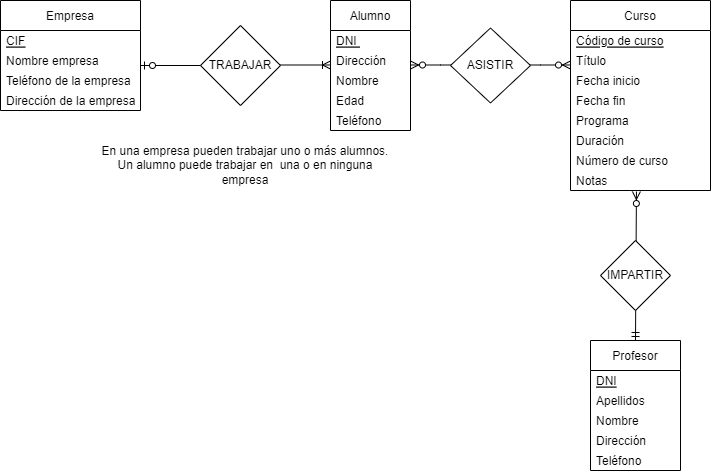
C4rim-cibersegurata/UD12-Diagramas_ER keeps this draw.io diagram as images/EX2.png. Above is the earlier version. Source tidied: cells renumbered, new cells last; positions are measured from the earlier drawing's top-left corner, leaving out a move shared by most shapes. The source it was exported from:
```xml
<mxGraphModel>
  <root>
    <mxCell id="0" />
    <mxCell id="1" parent="0" />
    <mxCell id="2" value="Alumno" style="swimlane;fontStyle=0;horizontal=1;startSize=30;" parent="1" vertex="1">
      <mxGeometry x="330" width="80" height="130" as="geometry" />
    </mxCell>
    <mxCell id="3" value="DNI " style="text;strokeColor=none;fillColor=none;align=left;verticalAlign=middle;spacingLeft=4;spacingRight=4;overflow=hidden;fontStyle=4;" parent="2" vertex="1">
      <mxGeometry y="30" width="80" height="20" as="geometry" />
    </mxCell>
    <mxCell id="4" value="Dirección" style="text;strokeColor=none;fillColor=none;align=left;verticalAlign=middle;spacingLeft=4;spacingRight=4;overflow=hidden;" parent="2" vertex="1">
      <mxGeometry y="50" width="80" height="20" as="geometry" />
    </mxCell>
    <mxCell id="5" value="Nombre" style="text;strokeColor=none;fillColor=none;align=left;verticalAlign=middle;spacingLeft=4;spacingRight=4;overflow=hidden;" parent="2" vertex="1">
      <mxGeometry y="70" width="80" height="20" as="geometry" />
    </mxCell>
    <mxCell id="6" value="Edad" style="text;strokeColor=none;fillColor=none;align=left;verticalAlign=middle;spacingLeft=4;spacingRight=4;overflow=hidden;" parent="2" vertex="1">
      <mxGeometry y="90" width="80" height="20" as="geometry" />
    </mxCell>
    <mxCell id="7" value="Teléfono" style="text;strokeColor=none;fillColor=none;align=left;verticalAlign=middle;spacingLeft=4;spacingRight=4;overflow=hidden;" parent="2" vertex="1">
      <mxGeometry y="110" width="80" height="20" as="geometry" />
    </mxCell>
    <mxCell id="8" value="Empresa" style="swimlane;fontStyle=0;horizontal=1;startSize=30;" parent="1" vertex="1">
      <mxGeometry width="140" height="110" as="geometry" />
    </mxCell>
    <mxCell id="9" value="CIF" style="text;strokeColor=none;fillColor=none;align=left;verticalAlign=middle;spacingLeft=4;spacingRight=4;overflow=hidden;fontStyle=4;" parent="8" vertex="1">
      <mxGeometry y="30" width="140" height="20" as="geometry" />
    </mxCell>
    <mxCell id="10" value="Nombre empresa" style="text;strokeColor=none;fillColor=none;align=left;verticalAlign=middle;spacingLeft=4;spacingRight=4;overflow=hidden;" parent="8" vertex="1">
      <mxGeometry y="50" width="140" height="20" as="geometry" />
    </mxCell>
    <mxCell id="11" value="Teléfono de la empresa" style="text;strokeColor=none;fillColor=none;align=left;verticalAlign=middle;spacingLeft=4;spacingRight=4;overflow=hidden;" parent="8" vertex="1">
      <mxGeometry y="70" width="140" height="20" as="geometry" />
    </mxCell>
    <mxCell id="12" value="Dirección de la empresa" style="text;strokeColor=none;fillColor=none;align=left;verticalAlign=middle;spacingLeft=4;spacingRight=4;overflow=hidden;" parent="8" vertex="1">
      <mxGeometry y="90" width="140" height="20" as="geometry" />
    </mxCell>
    <mxCell id="13" value="Curso" style="swimlane;fontStyle=0;horizontal=1;startSize=30;" parent="1" vertex="1">
      <mxGeometry x="570" width="140" height="190" as="geometry" />
    </mxCell>
    <mxCell id="14" value="Código de curso" style="text;strokeColor=none;fillColor=none;align=left;verticalAlign=middle;spacingLeft=4;spacingRight=4;overflow=hidden;fontStyle=4;" parent="13" vertex="1">
      <mxGeometry y="30" width="140" height="20" as="geometry" />
    </mxCell>
    <mxCell id="15" value="Título" style="text;strokeColor=none;fillColor=none;align=left;verticalAlign=middle;spacingLeft=4;spacingRight=4;overflow=hidden;" parent="13" vertex="1">
      <mxGeometry y="50" width="140" height="20" as="geometry" />
    </mxCell>
    <mxCell id="16" value="Fecha inicio" style="text;strokeColor=none;fillColor=none;align=left;verticalAlign=middle;spacingLeft=4;spacingRight=4;overflow=hidden;" parent="13" vertex="1">
      <mxGeometry y="70" width="140" height="20" as="geometry" />
    </mxCell>
    <mxCell id="17" value="Fecha fin" style="text;strokeColor=none;fillColor=none;align=left;verticalAlign=middle;spacingLeft=4;spacingRight=4;overflow=hidden;" parent="13" vertex="1">
      <mxGeometry y="90" width="140" height="20" as="geometry" />
    </mxCell>
    <mxCell id="18" value="Programa" style="text;strokeColor=none;fillColor=none;align=left;verticalAlign=middle;spacingLeft=4;spacingRight=4;overflow=hidden;" parent="13" vertex="1">
      <mxGeometry y="110" width="140" height="20" as="geometry" />
    </mxCell>
    <mxCell id="19" value="Duración" style="text;strokeColor=none;fillColor=none;align=left;verticalAlign=middle;spacingLeft=4;spacingRight=4;overflow=hidden;" parent="13" vertex="1">
      <mxGeometry y="130" width="140" height="20" as="geometry" />
    </mxCell>
    <mxCell id="20" value="Número de curso" style="text;strokeColor=none;fillColor=none;align=left;verticalAlign=middle;spacingLeft=4;spacingRight=4;overflow=hidden;" parent="13" vertex="1">
      <mxGeometry y="150" width="140" height="20" as="geometry" />
    </mxCell>
    <mxCell id="21" value="Notas" style="text;strokeColor=none;fillColor=none;align=left;verticalAlign=middle;spacingLeft=4;spacingRight=4;overflow=hidden;points=[[0,0.5],[1,0.5]];portConstraint=eastwest;" parent="13" vertex="1">
      <mxGeometry y="170" width="140" height="20" as="geometry" />
    </mxCell>
    <mxCell id="22" value="Profesor" style="swimlane;fontStyle=0;horizontal=1;startSize=30;" parent="1" vertex="1">
      <mxGeometry x="590" y="340" width="90" height="130" as="geometry" />
    </mxCell>
    <mxCell id="23" value="DNI" style="text;strokeColor=none;fillColor=none;align=left;verticalAlign=middle;spacingLeft=4;spacingRight=4;overflow=hidden;fontStyle=4;" parent="22" vertex="1">
      <mxGeometry y="30" width="90" height="20" as="geometry" />
    </mxCell>
    <mxCell id="24" value="Apellidos" style="text;strokeColor=none;fillColor=none;align=left;verticalAlign=middle;spacingLeft=4;spacingRight=4;overflow=hidden;" parent="22" vertex="1">
      <mxGeometry y="50" width="90" height="20" as="geometry" />
    </mxCell>
    <mxCell id="25" value="Nombre" style="text;strokeColor=none;fillColor=none;align=left;verticalAlign=middle;spacingLeft=4;spacingRight=4;overflow=hidden;" parent="22" vertex="1">
      <mxGeometry y="70" width="90" height="20" as="geometry" />
    </mxCell>
    <mxCell id="26" value="Dirección" style="text;strokeColor=none;fillColor=none;align=left;verticalAlign=middle;spacingLeft=4;spacingRight=4;overflow=hidden;" parent="22" vertex="1">
      <mxGeometry y="90" width="90" height="20" as="geometry" />
    </mxCell>
    <mxCell id="27" value="Teléfono" style="text;strokeColor=none;fillColor=none;align=left;verticalAlign=middle;spacingLeft=4;spacingRight=4;overflow=hidden;" parent="22" vertex="1">
      <mxGeometry y="110" width="90" height="20" as="geometry" />
    </mxCell>
    <mxCell id="28" style="edgeStyle=entityRelationEdgeStyle;fontSize=12;html=1;endArrow=ERzeroToMany;endFill=1;startArrow=ERzeroToMany;rounded=0;" parent="1" edge="1">
      <mxGeometry relative="1" as="geometry">
        <mxPoint x="410" y="64.5" as="sourcePoint" />
        <mxPoint x="570" y="64.5" as="targetPoint" />
      </mxGeometry>
    </mxCell>
    <mxCell id="29" value="ASISTIR" style="rhombus;whiteSpace=wrap;html=1;" parent="1" vertex="1">
      <mxGeometry x="450" y="27.5" width="80" height="75" as="geometry" />
    </mxCell>
    <mxCell id="30" style="fontSize=12;html=1;endArrow=ERzeroToOne;startArrow=none;rounded=0;" parent="1" edge="1">
      <mxGeometry relative="1" as="geometry">
        <mxPoint x="200" y="65" as="sourcePoint" />
        <mxPoint x="140" y="65" as="targetPoint" />
      </mxGeometry>
    </mxCell>
    <mxCell id="31" style="fontSize=12;html=1;endArrow=ERzeroToMany;startArrow=ERmandOne;rounded=0;exitX=0.5;exitY=0;exitDx=0;exitDy=0;entryX=0.471;entryY=1.05;entryDx=0;entryDy=0;entryPerimeter=0;" parent="1" edge="1" source="22" target="21">
      <mxGeometry relative="1" as="geometry" />
    </mxCell>
    <mxCell id="32" value="IMPARTIR" style="rhombus;whiteSpace=wrap;html=1;" parent="1" vertex="1">
      <mxGeometry x="600" y="240" width="70" height="70" as="geometry" />
    </mxCell>
    <mxCell id="33" style="fontSize=12;html=1;endArrow=none;startArrow=none;rounded=0;" parent="1" edge="1">
      <mxGeometry relative="1" as="geometry">
        <mxPoint x="260" y="65" as="sourcePoint" />
        <mxPoint x="200" y="65" as="targetPoint" />
        <Array as="points">
          <mxPoint x="190" y="65" />
        </Array>
      </mxGeometry>
    </mxCell>
    <mxCell id="34" style="fontSize=12;html=1;endArrow=ERoneToMany;rounded=0;" parent="1" edge="1">
      <mxGeometry relative="1" as="geometry">
        <mxPoint x="230" y="64.5" as="sourcePoint" />
        <mxPoint x="330" y="64.5" as="targetPoint" />
      </mxGeometry>
    </mxCell>
    <mxCell id="35" value="TRABAJAR" style="rhombus;whiteSpace=wrap;html=1;" parent="1" vertex="1">
      <mxGeometry x="200" y="25" width="80" height="80" as="geometry" />
    </mxCell>
    <mxCell id="36" value="En una empresa pueden trabajar uno o más alumnos. Un alumno puede trabajar en&amp;nbsp; una o en ninguna empresa" style="text;html=1;strokeColor=none;fillColor=none;align=center;verticalAlign=middle;whiteSpace=wrap;rounded=0;" parent="1" vertex="1">
      <mxGeometry x="100" y="150" width="290" height="30" as="geometry" />
    </mxCell>
  </root>
</mxGraphModel>
```
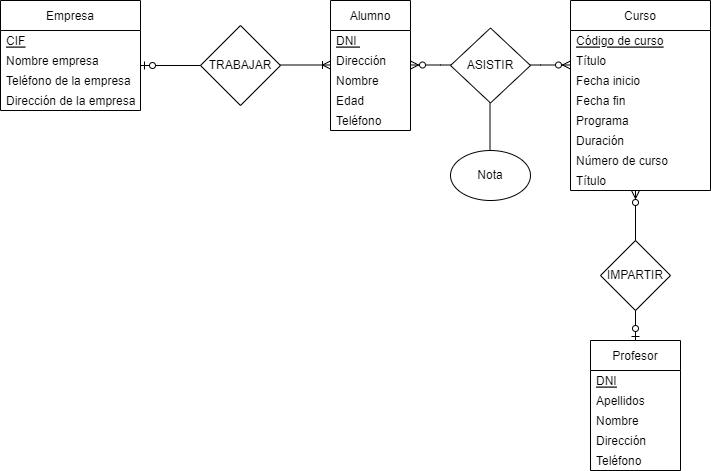
The same diagram one commit later.

Commit message:
ejercicio 2 modificado

What changed in the source:
```diff
@@ -59,9 +59,20 @@
     <mxCell id="20" value="Número de curso" style="text;strokeColor=none;fillColor=none;align=left;verticalAlign=middle;spacingLeft=4;spacingRight=4;overflow=hidden;" parent="13" vertex="1">
       <mxGeometry y="150" width="140" height="20" as="geometry" />
     </mxCell>
-    <mxCell id="21" value="Notas" style="text;strokeColor=none;fillColor=none;align=left;verticalAlign=middle;spacingLeft=4;spacingRight=4;overflow=hidden;points=[[0,0.5],[1,0.5]];portConstraint=eastwest;" parent="13" vertex="1">
-      <mxGeometry y="170" width="140" height="20" as="geometry" />
-    </mxCell>
+    <mxCell id="37" value="Título" style="text;strokeColor=none;fillColor=none;align=left;verticalAlign=middle;spacingLeft=4;spacingRight=4;overflow=hidden;" parent="13" vertex="1">
+      <mxGeometry y="170" width="140" height="20" as="geometry" />
+    </mxCell>
+    <mxCell id="31" style="fontSize=12;html=1;endArrow=ERzeroToMany;startArrow=none;rounded=0;" parent="13" edge="1">
+      <mxGeometry relative="1" as="geometry">
+        <mxPoint x="63" y="220" as="sourcePoint" />
+        <mxPoint x="63" y="220" as="targetPoint" />
+      </mxGeometry>
+    </mxCell>
+    <mxCell id="38" style="rounded=0;jettySize=auto;html=1;endArrow=ERzeroToMany;endFill=0;exitX=0.5;exitY=0;exitDx=0;exitDy=0;startArrow=ERzeroToOne;startFill=0;" parent="1" edge="1" source="22">
+      <mxGeometry relative="1" as="geometry">
+        <mxPoint x="635" y="190" as="targetPoint" />
+      </mxGeometry>
+    </mxCell>
     <mxCell id="22" value="Profesor" style="swimlane;fontStyle=0;horizontal=1;startSize=30;" parent="1" vertex="1">
       <mxGeometry x="590" y="340" width="90" height="130" as="geometry" />
     </mxCell>
@@ -86,21 +97,12 @@
         <mxPoint x="570" y="64.5" as="targetPoint" />
       </mxGeometry>
     </mxCell>
-    <mxCell id="29" value="ASISTIR" style="rhombus;whiteSpace=wrap;html=1;" parent="1" vertex="1">
-      <mxGeometry x="450" y="27.5" width="80" height="75" as="geometry" />
-    </mxCell>
     <mxCell id="30" style="fontSize=12;html=1;endArrow=ERzeroToOne;startArrow=none;rounded=0;" parent="1" edge="1">
       <mxGeometry relative="1" as="geometry">
         <mxPoint x="200" y="65" as="sourcePoint" />
         <mxPoint x="140" y="65" as="targetPoint" />
       </mxGeometry>
     </mxCell>
-    <mxCell id="31" style="fontSize=12;html=1;endArrow=ERzeroToMany;startArrow=ERmandOne;rounded=0;exitX=0.5;exitY=0;exitDx=0;exitDy=0;entryX=0.471;entryY=1.05;entryDx=0;entryDy=0;entryPerimeter=0;" parent="1" edge="1" source="22" target="21">
-      <mxGeometry relative="1" as="geometry" />
-    </mxCell>
-    <mxCell id="32" value="IMPARTIR" style="rhombus;whiteSpace=wrap;html=1;" parent="1" vertex="1">
-      <mxGeometry x="600" y="240" width="70" height="70" as="geometry" />
-    </mxCell>
     <mxCell id="33" style="fontSize=12;html=1;endArrow=none;startArrow=none;rounded=0;" parent="1" edge="1">
       <mxGeometry relative="1" as="geometry">
         <mxPoint x="260" y="65" as="sourcePoint" />
@@ -119,8 +121,20 @@
     <mxCell id="35" value="TRABAJAR" style="rhombus;whiteSpace=wrap;html=1;" parent="1" vertex="1">
       <mxGeometry x="200" y="25" width="80" height="80" as="geometry" />
     </mxCell>
-    <mxCell id="36" value="En una empresa pueden trabajar uno o más alumnos. Un alumno puede trabajar en&amp;nbsp; una o en ninguna empresa" style="text;html=1;strokeColor=none;fillColor=none;align=center;verticalAlign=middle;whiteSpace=wrap;rounded=0;" parent="1" vertex="1">
-      <mxGeometry x="100" y="150" width="290" height="30" as="geometry" />
-    </mxCell>
+    <mxCell id="39" value="Nota" style="ellipse;whiteSpace=wrap;html=1;" parent="1" vertex="1">
+      <mxGeometry x="450" y="150" width="80" height="50" as="geometry" />
+    </mxCell>
+    <mxCell id="40" style="endArrow=none;html=1;rounded=0;" parent="1" edge="1">
+      <mxGeometry relative="1" as="geometry">
+        <mxPoint x="489.5" y="80" as="sourcePoint" />
+        <mxPoint x="489.5" y="150" as="targetPoint" />
+      </mxGeometry>
+    </mxCell>
+    <mxCell id="29" value="ASISTIR" style="rhombus;whiteSpace=wrap;html=1;" parent="1" vertex="1">
+      <mxGeometry x="450" y="27.5" width="80" height="75" as="geometry" />
+    </mxCell>
+    <mxCell id="32" value="IMPARTIR" style="rhombus;whiteSpace=wrap;html=1;" parent="1" vertex="1">
+      <mxGeometry x="600" y="240" width="70" height="70" as="geometry" />
+    </mxCell>
   </root>
 </mxGraphModel>
```
